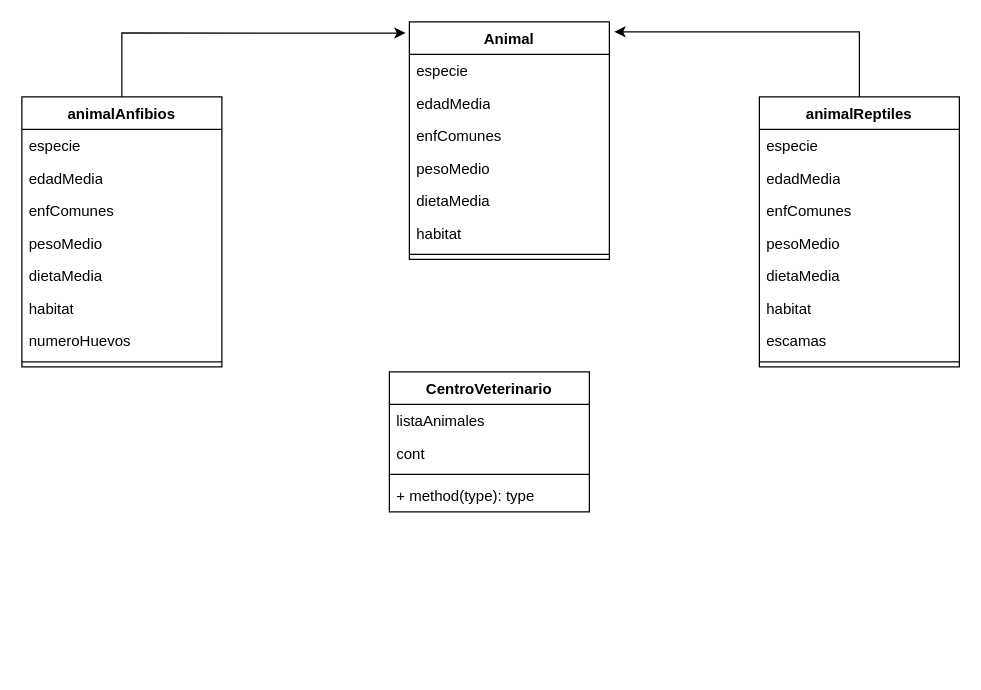
Earlier version of the draw.io diagram page "Diagrama de Flujo" (1 of 2) of CentroVeterinario.drawio (Rodrigo-0407/Centro-veterinario). Source tidied: cells renumbered, new cells numbered last; positions are measured from the earlier drawing's top-left corner, leaving out a move shared by most shapes. Both pictures are drawn from the tidied source at 125%, with x=0, y=0 at pixel (21, 21).
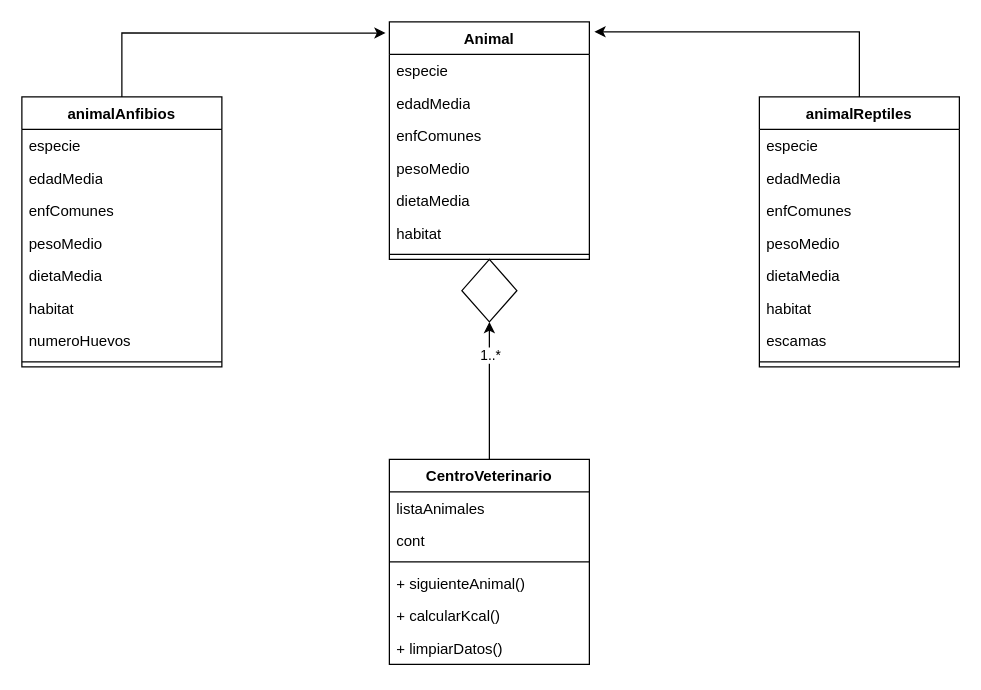
Above is the later version.

Change to the diagram source:
```diff
@@
     <mxCell id="2" value="Animal" style="swimlane;fontStyle=1;align=center;verticalAlign=top;horizontal=1;startSize=26;whiteSpace=wrap;html=1;" parent="1" vertex="1">
-      <mxGeometry x="310" width="160" height="190" as="geometry" />
+      <mxGeometry x="294" width="160" height="190" as="geometry" />
     </mxCell>
@@
+    <mxCell id="35" style="edgeStyle=orthogonalEdgeStyle;rounded=0;jettySize=auto;html=1;" parent="1" edge="1" source="30" target="39">
+      <mxGeometry relative="1" as="geometry" />
+    </mxCell>
+    <mxCell id="36" value="1..*" style="edgeLabel;html=1;align=center;verticalAlign=middle;" parent="35" vertex="1">
+      <mxGeometry x="0.53" relative="1" as="geometry" />
+    </mxCell>
     <mxCell id="30" value="CentroVeterinario" style="swimlane;fontStyle=1;align=center;verticalAlign=top;horizontal=1;startSize=26;whiteSpace=wrap;html=1;" parent="1" vertex="1">
-      <mxGeometry x="294" y="280" width="160" height="112" as="geometry" />
+      <mxGeometry x="294" y="350" width="160" height="164" as="geometry" />
     </mxCell>
@@
-    <mxCell id="34" value="+ method(type): type" style="text;strokeColor=none;fillColor=none;align=left;verticalAlign=top;spacingLeft=4;spacingRight=4;overflow=hidden;whiteSpace=wrap;html=1;" parent="30" vertex="1">
+    <mxCell id="34" value="+ siguienteAnimal()" style="text;strokeColor=none;fillColor=none;align=left;verticalAlign=top;spacingLeft=4;spacingRight=4;overflow=hidden;whiteSpace=wrap;html=1;" parent="30" vertex="1">
       <mxGeometry y="86" width="160" height="26" as="geometry" />
     </mxCell>
+    <mxCell id="37" value="+ calcularKcal()" style="text;strokeColor=none;fillColor=none;align=left;verticalAlign=top;spacingLeft=4;spacingRight=4;overflow=hidden;whiteSpace=wrap;html=1;" parent="30" vertex="1">
+      <mxGeometry y="112" width="160" height="26" as="geometry" />
+    </mxCell>
+    <mxCell id="38" value="+ limpiarDatos()" style="text;strokeColor=none;fillColor=none;align=left;verticalAlign=top;spacingLeft=4;spacingRight=4;overflow=hidden;whiteSpace=wrap;html=1;" parent="30" vertex="1">
+      <mxGeometry y="138" width="160" height="26" as="geometry" />
+    </mxCell>
+    <mxCell id="39" style="rhombus;whiteSpace=wrap;html=1;verticalAlign=top;fontStyle=1;startSize=26;" parent="1" vertex="1">
+      <mxGeometry x="352" y="190" width="44" height="50" as="geometry" />
+    </mxCell>
```
